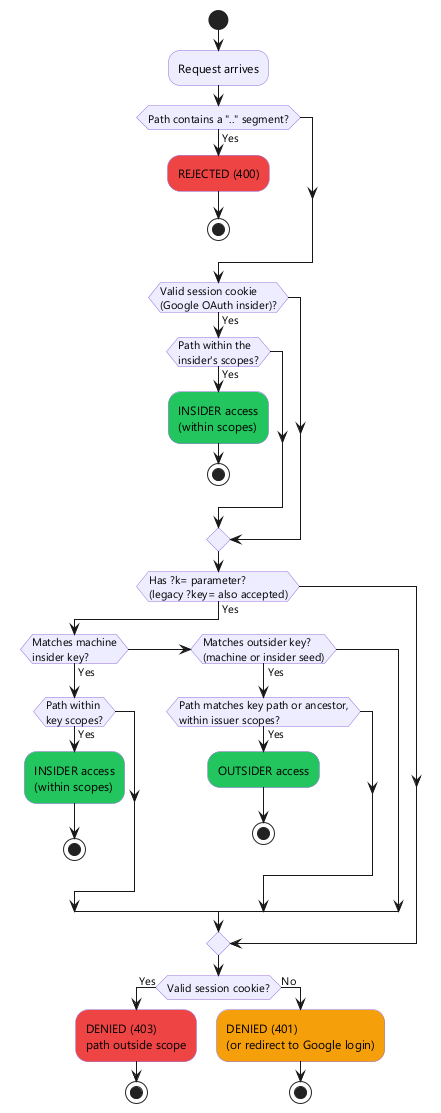
Before: diagrams/out/access-decision-flow.png, a diagram exported from PlantUML (karmaniverous/jeeves-server).
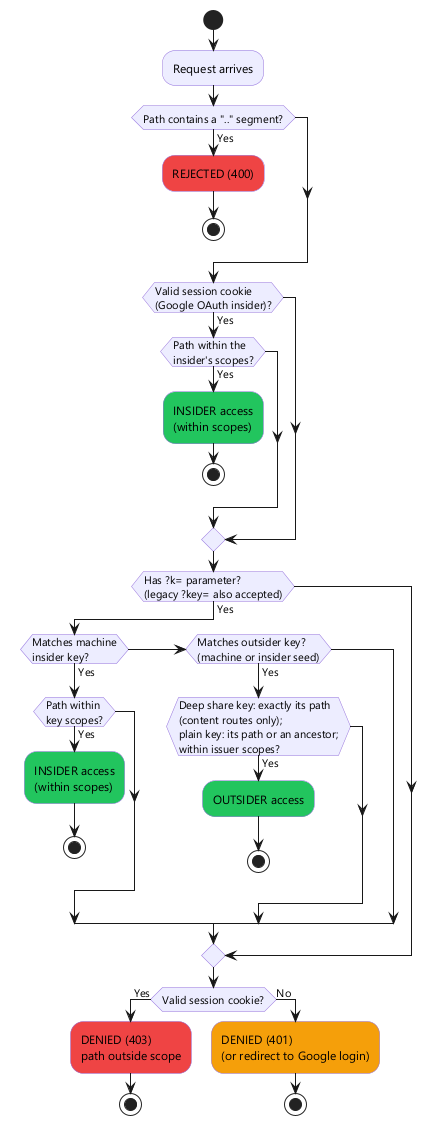
Later version of the same file.

Commit message:
docs: deep share semantics, publicUrl and trustProxyHeaders, route auth

What changed in the source:
```diff
@@ -30,7 +30,7 @@
       stop
     endif
   elseif (Matches outsider key?\n(machine or insider seed)) then (Yes)
-    if (Path matches key path or ancestor,\nwithin issuer scopes?) then (Yes)
+    if (Deep share key: exactly its path\n(content routes only);\nplain key: its path or an ancestor;\nwithin issuer scopes?) then (Yes)
       :OUTSIDER access;<<#22c55e>>
       stop
     endif
```
